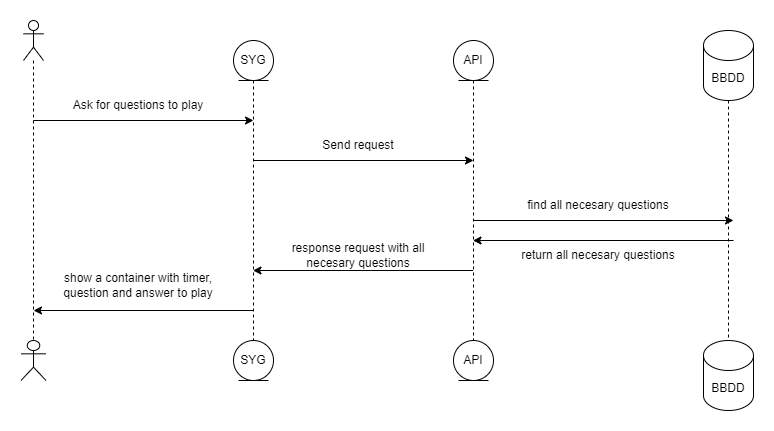
Earlier version of the draw.io export docs/images/06_runtime_game.png (Arquisoft/wiq_es1d). Source tidied: cells renumbered, new cells last; positions are measured from the earlier drawing's top-left corner, leaving out a move shared by most shapes.
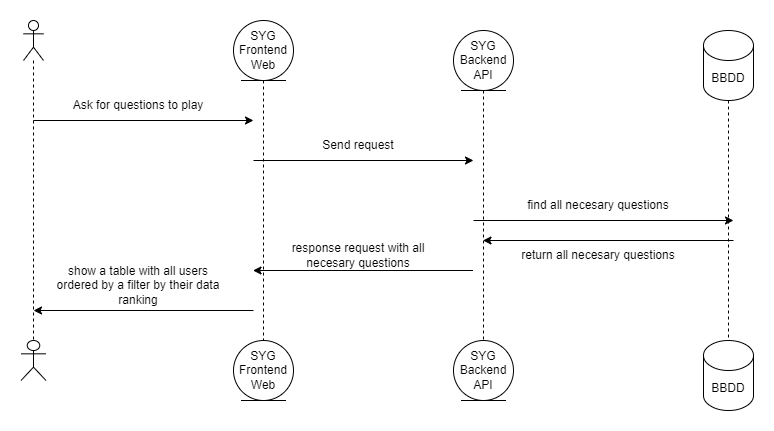
After the change.

Diff of the diagram source:
```diff
@@ -2,14 +2,14 @@
   <root>
     <mxCell id="0" />
     <mxCell id="1" parent="0" />
-    <mxCell id="2" value="SYG" style="shape=umlLifeline;perimeter=lifelinePerimeter;whiteSpace=wrap;html=1;newEdgeStyle={&quot;curved&quot;:0,&quot;rounded&quot;:0};participant=umlEntity;" parent="1" vertex="1">
-      <mxGeometry x="212" y="20" width="40" height="300" as="geometry" />
+    <mxCell id="2" value="SYG&lt;div&gt;Frontend&lt;/div&gt;&lt;div&gt;Web&lt;/div&gt;" style="shape=umlLifeline;perimeter=lifelinePerimeter;whiteSpace=wrap;html=1;newEdgeStyle={&quot;curved&quot;:0,&quot;rounded&quot;:0};participant=umlEntity;size=60;" parent="1" vertex="1">
+      <mxGeometry x="212" width="60" height="320" as="geometry" />
     </mxCell>
     <mxCell id="3" style="shape=umlLifeline;perimeter=lifelinePerimeter;whiteSpace=wrap;html=1;newEdgeStyle={&quot;curved&quot;:0,&quot;rounded&quot;:0};participant=umlActor;" parent="1" vertex="1">
       <mxGeometry x="2" width="20" height="320" as="geometry" />
     </mxCell>
-    <mxCell id="4" value="API" style="shape=umlLifeline;perimeter=lifelinePerimeter;whiteSpace=wrap;html=1;outlineConnect=0;portConstraint=eastwest;newEdgeStyle={&quot;curved&quot;:0,&quot;rounded&quot;:0};participant=umlEntity;" parent="1" vertex="1">
-      <mxGeometry x="432" y="20" width="40" height="300" as="geometry" />
+    <mxCell id="4" value="SYG&lt;div&gt;Backend&lt;/div&gt;&lt;div&gt;API&lt;/div&gt;" style="shape=umlLifeline;perimeter=lifelinePerimeter;whiteSpace=wrap;html=1;outlineConnect=0;portConstraint=eastwest;newEdgeStyle={&quot;curved&quot;:0,&quot;rounded&quot;:0};participant=umlEntity;size=60;" parent="1" vertex="1">
+      <mxGeometry x="432" y="10" width="60" height="310" as="geometry" />
     </mxCell>
     <mxCell id="5" value="BBDD" style="shape=cylinder3;whiteSpace=wrap;html=1;boundedLbl=1;backgroundOutline=1;size=15;" parent="1" vertex="1">
       <mxGeometry x="682" y="10" width="50" height="70" as="geometry" />
@@ -44,11 +44,11 @@
     <mxCell id="12" value="BBDD" style="shape=cylinder3;whiteSpace=wrap;html=1;boundedLbl=1;backgroundOutline=1;size=15;" parent="1" vertex="1">
       <mxGeometry x="682" y="320" width="50" height="70" as="geometry" />
     </mxCell>
-    <mxCell id="13" value="SYG" style="ellipse;shape=umlEntity;whiteSpace=wrap;html=1;" parent="1" vertex="1">
-      <mxGeometry x="212" y="320" width="40" height="40" as="geometry" />
+    <mxCell id="13" value="SYG&lt;div&gt;Frontend&lt;/div&gt;&lt;div&gt;Web&lt;/div&gt;" style="ellipse;shape=umlEntity;whiteSpace=wrap;html=1;" parent="1" vertex="1">
+      <mxGeometry x="212" y="320" width="60" height="60" as="geometry" />
     </mxCell>
-    <mxCell id="14" value="API" style="ellipse;shape=umlEntity;whiteSpace=wrap;html=1;" parent="1" vertex="1">
-      <mxGeometry x="432" y="320" width="40" height="40" as="geometry" />
+    <mxCell id="14" value="SYG&lt;div&gt;Backend&lt;/div&gt;&lt;div&gt;API&lt;/div&gt;" style="ellipse;shape=umlEntity;whiteSpace=wrap;html=1;" parent="1" vertex="1">
+      <mxGeometry x="432" y="320" width="60" height="60" as="geometry" />
     </mxCell>
     <mxCell id="15" style="endArrow=none;html=1;rounded=0;exitX=0.5;exitY=1;exitDx=0;exitDy=0;exitPerimeter=0;entryX=0.5;entryY=0;entryDx=0;entryDy=0;entryPerimeter=0;dashed=1;endFill=0;" parent="1" edge="1" source="5" target="12">
       <mxGeometry relative="1" as="geometry" />
@@ -71,7 +71,7 @@
         <mxPoint x="12" y="290" as="targetPoint" />
       </mxGeometry>
     </mxCell>
-    <mxCell id="20" value="show a container with timer, question and answer to play" style="text;html=1;align=center;verticalAlign=middle;whiteSpace=wrap;rounded=0;" parent="1" vertex="1">
+    <mxCell id="20" value="show a table with all users ordered by a filter by their data ranking" style="text;html=1;align=center;verticalAlign=middle;whiteSpace=wrap;rounded=0;" parent="1" vertex="1">
       <mxGeometry x="32" y="250" width="170" height="30" as="geometry" />
     </mxCell>
     <mxCell id="21" style="endArrow=classic;html=1;rounded=0;" parent="1" edge="1" target="4">
```
